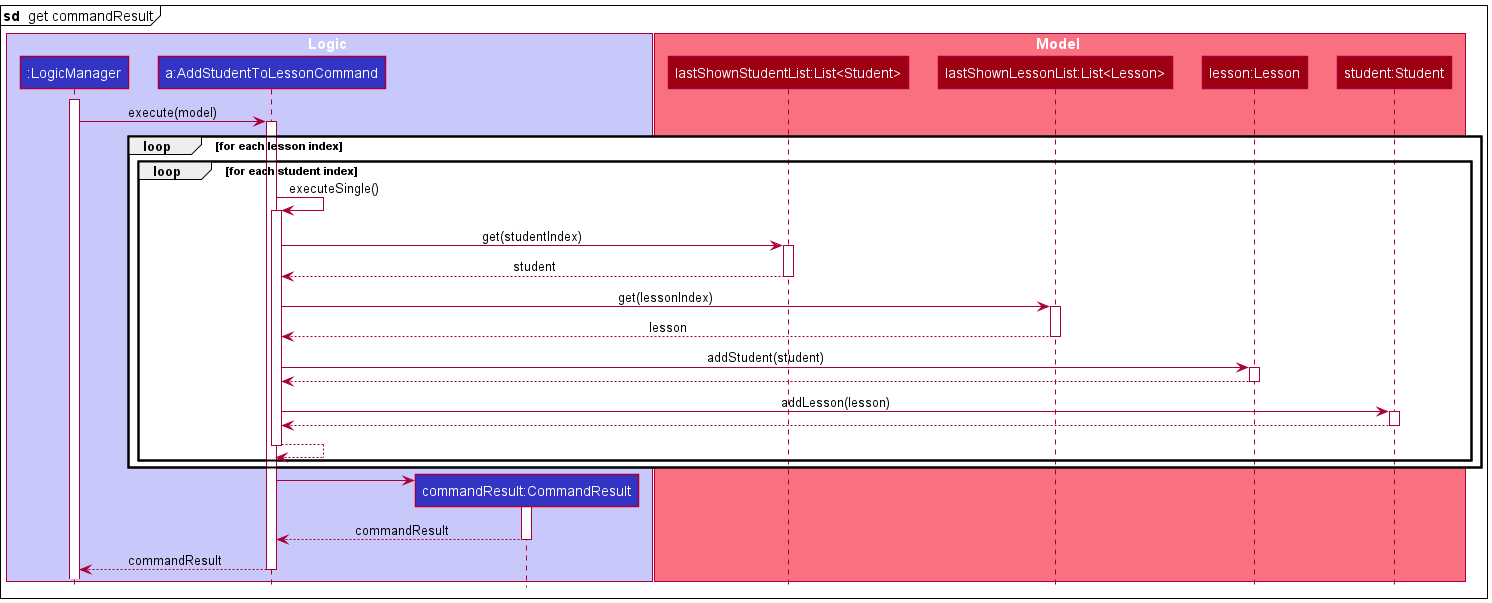
Before: docs/images/AddStudentToLessonSequenceDiagram.png, a diagram exported from PlantUML (nus-cs2103-AY2122S1/tp). Its diagram source:
```plantuml
@startuml
!include style.puml

mainframe **sd**  get commandResult

box Logic LOGIC_COLOR_T1
participant ":LogicManager" as LogicManager LOGIC_COLOR
participant "a:AddStudentToLessonCommand" as AddStudentToLessonCommand LOGIC_COLOR
participant "commandResult:CommandResult" as CommandResult LOGIC_COLOR
end box

box Model MODEL_COLOR_T1
participant "lastShownStudentList:List<Student>" as List1 MODEL_COLOR
participant "lastShownLessonList:List<Lesson>" as List2 MODEL_COLOR
participant "lesson:Lesson" as Lesson MODEL_COLOR
participant "student:Student" as Student MODEL_COLOR
end box

activate LogicManager
LogicManager -> AddStudentToLessonCommand : execute(model)

activate AddStudentToLessonCommand

loop for each lesson index
loop for each student index
AddStudentToLessonCommand -> AddStudentToLessonCommand : executeSingle()
activate AddStudentToLessonCommand

AddStudentToLessonCommand -> List1 : get(studentIndex)
activate List1
List1 --> AddStudentToLessonCommand : student
deactivate List1

AddStudentToLessonCommand -> List2 : get(lessonIndex)
activate List2
List2 --> AddStudentToLessonCommand : lesson
deactivate List2

AddStudentToLessonCommand -> Lesson : addStudent(student)
activate Lesson
Lesson --> AddStudentToLessonCommand
deactivate Lesson

AddStudentToLessonCommand -> Student : addLesson(lesson)
activate Student
Student --> AddStudentToLessonCommand
deactivate Student

AddStudentToLessonCommand --> AddStudentToLessonCommand
deactivate AddStudentToLessonCommand
end
end

create CommandResult
AddStudentToLessonCommand -> CommandResult
activate CommandResult

CommandResult --> AddStudentToLessonCommand : commandResult
deactivate CommandResult

LogicManager <-- AddStudentToLessonCommand : commandResult
deactivate AddStudentToLessonCommand
@enduml
```
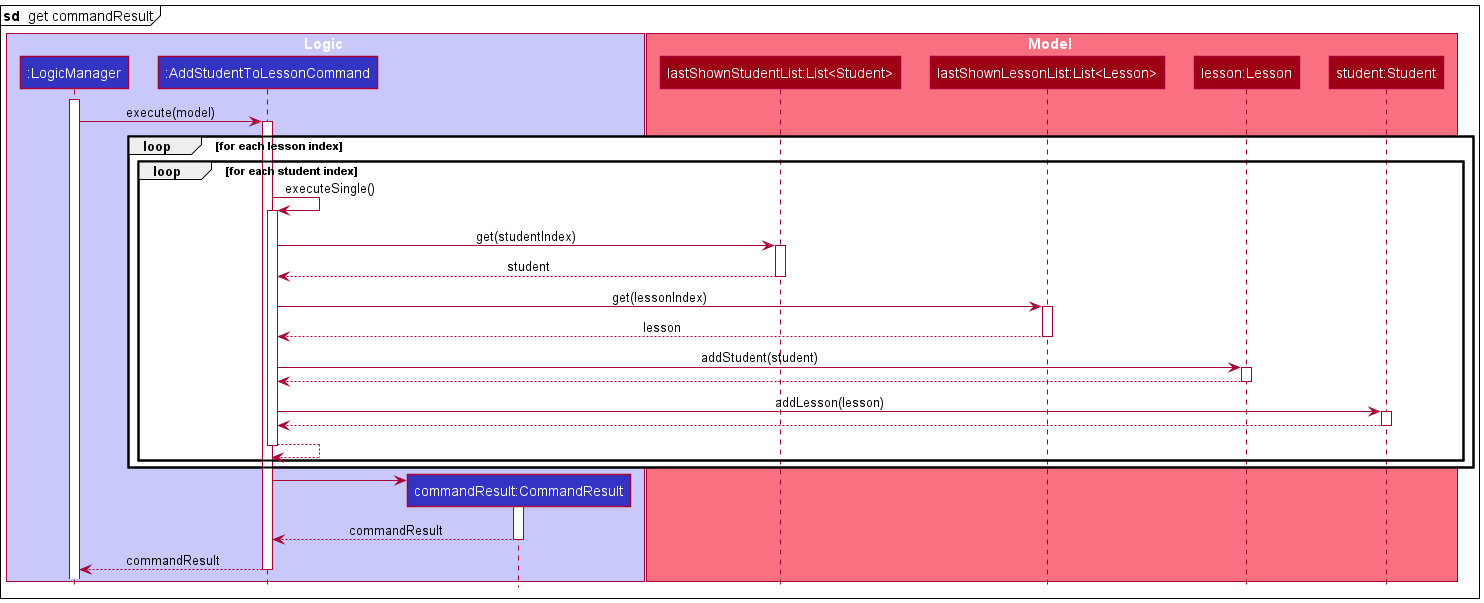
The same file after the commit.

Diff of the diagram source:
```diff
@@ -5,7 +5,7 @@
 
 box Logic LOGIC_COLOR_T1
 participant ":LogicManager" as LogicManager LOGIC_COLOR
-participant "a:AddStudentToLessonCommand" as AddStudentToLessonCommand LOGIC_COLOR
+participant ":AddStudentToLessonCommand" as AddStudentToLessonCommand LOGIC_COLOR
 participant "commandResult:CommandResult" as CommandResult LOGIC_COLOR
 end box
 
```
